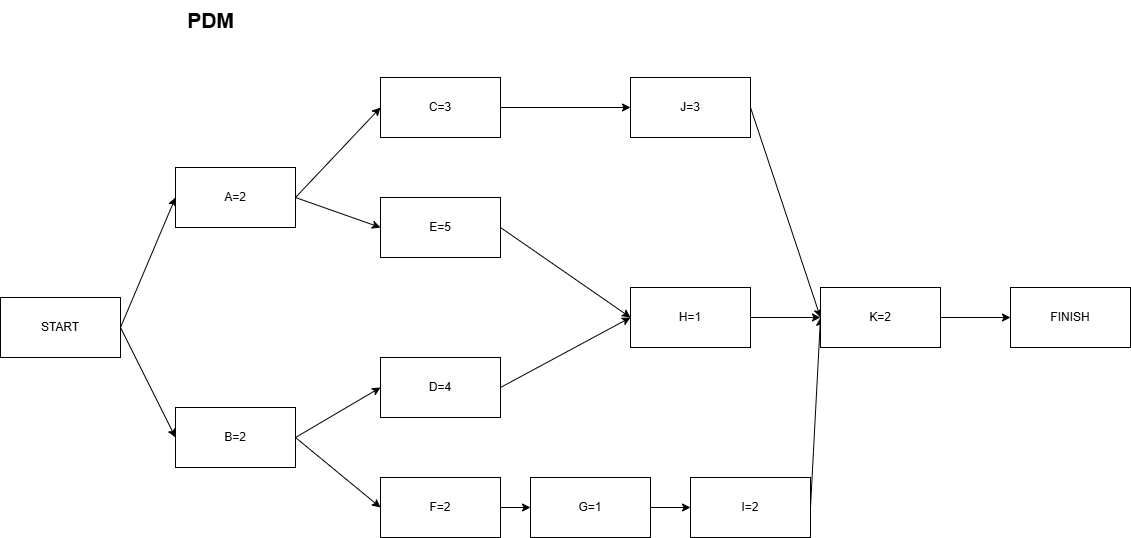
Before: manprow5.drawio.png, a diagram exported from draw.io (anthef/anthef). Source tidied: cells renumbered, new cells last; positions are measured from the earlier drawing's top-left corner, leaving out a move shared by most shapes.
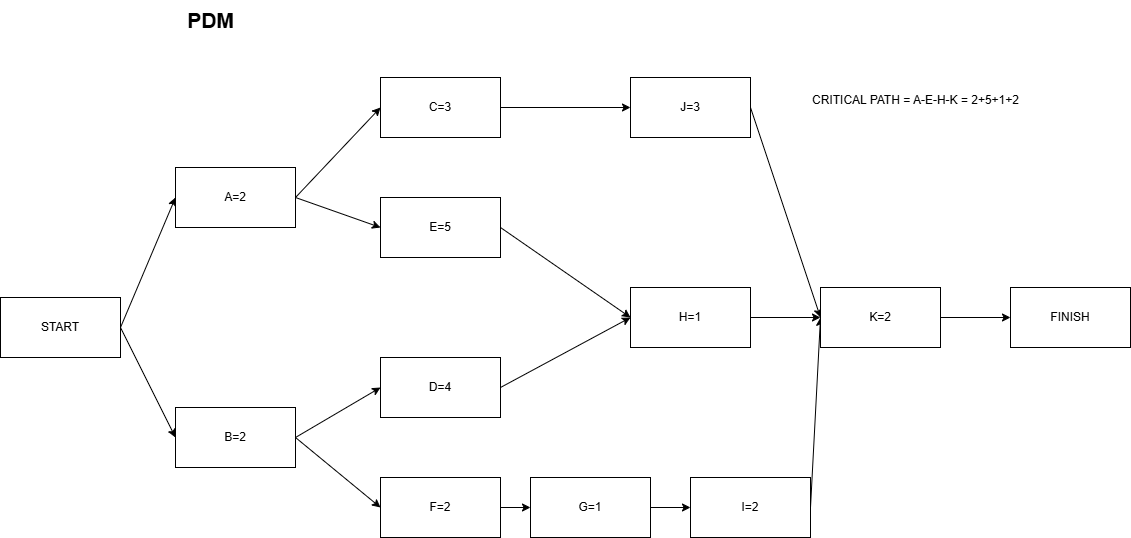
Above is the later version.

The edit, as a diff of the source:
```diff
@@ -89,5 +89,8 @@
     <mxCell id="30" value="G=1" style="rounded=0;whiteSpace=wrap;html=1;" parent="1" vertex="1">
       <mxGeometry x="530" y="477" width="120" height="60" as="geometry" />
     </mxCell>
+    <mxCell id="31" value="CRITICAL PATH = A-E-H-K = 2+5+1+2" style="text;html=1;align=center;verticalAlign=middle;strokeColor=none;fillColor=none;" parent="1" vertex="1">
+      <mxGeometry x="800" y="85" width="230" height="30" as="geometry" />
+    </mxCell>
   </root>
 </mxGraphModel>
```
